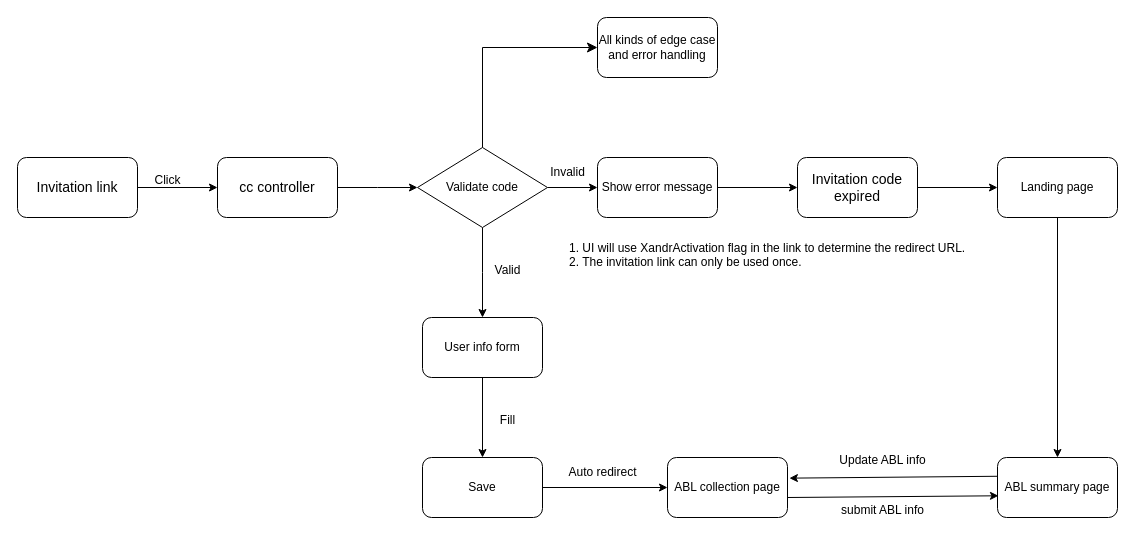
Earlier version of the draw.io diagram page "Xandr ABL UI flow" (9 of 9) of misc.drawio (Seandor/diagrams-storage). Source tidied: cells renumbered, new cells numbered last; positions are measured from the earlier drawing's top-left corner, leaving out a move shared by most shapes. Both pictures are drawn from the tidied source at 100%, with x=0, y=0 at pixel (17, 17).
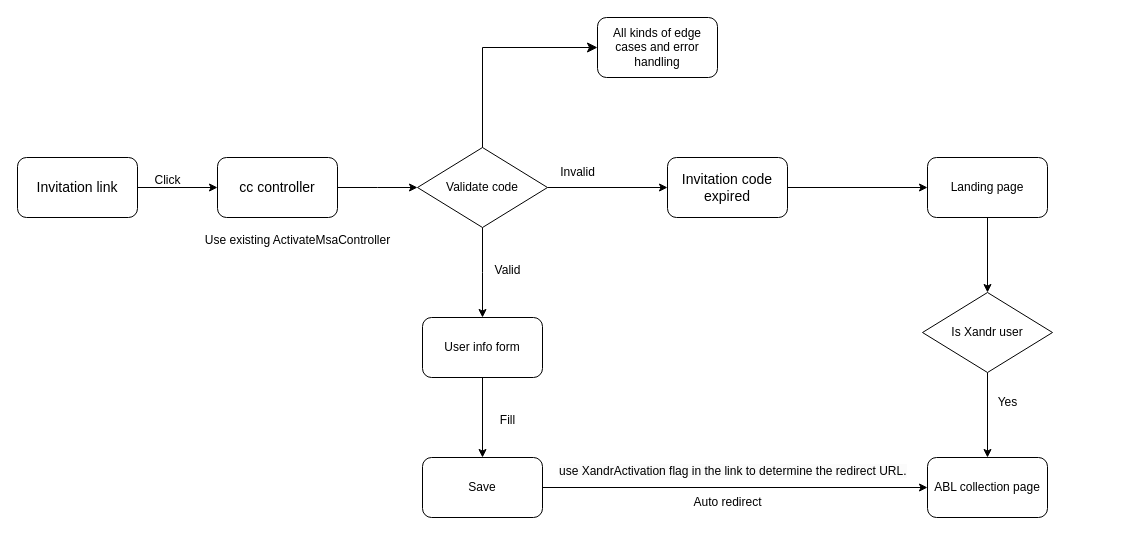
After the change.

The change refers to these unchanged cells:
```xml
<mxCell id="9" value="Validate code" style="rhombus;whiteSpace=wrap;html=1;" parent="1" vertex="1">
  <mxGeometry x="400" y="130" width="130" height="80" as="geometry" />
</mxCell>
```

Diff of the diagram source:
```diff
@@
-    <mxCell id="8" style="edgeStyle=orthogonalEdgeStyle;rounded=0;jettySize=auto;html=1;" parent="1" edge="1" source="9" target="13">
+    <mxCell id="8" style="edgeStyle=orthogonalEdgeStyle;rounded=0;jettySize=auto;html=1;entryX=0;entryY=0.5;entryDx=0;entryDy=0;" parent="1" edge="1" source="9" target="21">
       <mxGeometry relative="1" as="geometry" />
     </mxCell>
@@
-    <mxCell id="12" style="edgeStyle=orthogonalEdgeStyle;rounded=0;jettySize=auto;html=1;" parent="1" edge="1" source="13" target="21">
-      <mxGeometry relative="1" as="geometry" />
-    </mxCell>
-    <mxCell id="13" value="Show error message" style="rounded=1;whiteSpace=wrap;html=1;" parent="1" vertex="1">
-      <mxGeometry x="580" y="140" width="120" height="60" as="geometry" />
-    </mxCell>
     <mxCell id="14" value="Invalid" style="text;html=1;align=center;verticalAlign=middle;strokeColor=none;fillColor=none;" parent="1" vertex="1">
-      <mxGeometry x="520" y="140" width="60" height="30" as="geometry" />
+      <mxGeometry x="530" y="140" width="60" height="30" as="geometry" />
     </mxCell>
@@
     <mxCell id="19" value="ABL collection page" style="whiteSpace=wrap;html=1;rounded=1;" parent="1" vertex="1">
-      <mxGeometry x="650" y="440" width="120" height="60" as="geometry" />
+      <mxGeometry x="910" y="440" width="120" height="60" as="geometry" />
     </mxCell>
@@
     <mxCell id="21" value="&lt;font style=&quot;font-size: 14px;&quot;&gt;Invitation code expired&lt;/font&gt;" style="rounded=1;whiteSpace=wrap;html=1;" parent="1" vertex="1">
-      <mxGeometry x="780" y="140" width="120" height="60" as="geometry" />
+      <mxGeometry x="650" y="140" width="120" height="60" as="geometry" />
     </mxCell>
-    <mxCell id="22" style="edgeStyle=orthogonalEdgeStyle;rounded=0;jettySize=auto;html=1;entryX=0.5;entryY=0;entryDx=0;entryDy=0;" parent="1" edge="1" source="23" target="24">
-      <mxGeometry relative="1" as="geometry" />
-    </mxCell>
+    <mxCell id="33" style="edgeStyle=orthogonalEdgeStyle;rounded=0;jettySize=auto;html=1;" parent="1" edge="1" source="23" target="35">
+      <mxGeometry relative="1" as="geometry" />
+    </mxCell>
     <mxCell id="23" value="Landing page" style="whiteSpace=wrap;html=1;rounded=1;" parent="1" vertex="1">
-      <mxGeometry x="980" y="140" width="120" height="60" as="geometry" />
+      <mxGeometry x="910" y="140" width="120" height="60" as="geometry" />
     </mxCell>
-    <mxCell id="24" value="ABL summary page" style="whiteSpace=wrap;html=1;rounded=1;" parent="1" vertex="1">
-      <mxGeometry x="980" y="440" width="120" height="60" as="geometry" />
-    </mxCell>
-    <mxCell id="25" style="endArrow=classic;html=1;rounded=0;entryX=0.008;entryY=0.638;entryDx=0;entryDy=0;entryPerimeter=0;" parent="1" edge="1" target="24">
-      <mxGeometry relative="1" as="geometry">
-        <mxPoint x="770" y="480" as="sourcePoint" />
-      </mxGeometry>
-    </mxCell>
-    <mxCell id="26" value="submit ABL info" style="text;html=1;align=center;verticalAlign=middle;strokeColor=none;fillColor=none;" parent="1" vertex="1">
-      <mxGeometry x="810" y="478" width="110" height="30" as="geometry" />
-    </mxCell>
-    <mxCell id="27" style="endArrow=classic;html=1;rounded=0;exitX=0;exitY=0.313;exitDx=0;exitDy=0;exitPerimeter=0;entryX=1.016;entryY=0.344;entryDx=0;entryDy=0;entryPerimeter=0;" parent="1" edge="1" source="24" target="19">
-      <mxGeometry relative="1" as="geometry" />
-    </mxCell>
-    <mxCell id="28" value="Update ABL info" style="text;html=1;align=center;verticalAlign=middle;strokeColor=none;fillColor=none;" parent="1" vertex="1">
-      <mxGeometry x="810" y="428" width="110" height="30" as="geometry" />
-    </mxCell>
     <mxCell id="29" value="Auto redirect" style="text;html=1;align=center;verticalAlign=middle;strokeColor=none;fillColor=none;" parent="1" vertex="1">
-      <mxGeometry x="540" y="440" width="90" height="30" as="geometry" />
+      <mxGeometry x="665" y="470" width="90" height="30" as="geometry" />
     </mxCell>
-    <mxCell id="30" value="1. UI will use XandrActivation flag in the link&amp;nbsp;to determine the redirect URL.&lt;br&gt;2. The invitation link can only be used once.&lt;div&gt;&lt;br&gt;&lt;/div&gt;" style="text;html=1;align=left;verticalAlign=middle;strokeColor=none;fillColor=none;" parent="1" vertex="1">
-      <mxGeometry x="550" y="215" width="420" height="60" as="geometry" />
-    </mxCell>
-    <mxCell id="31" value="All kinds of edge case and error handling" style="rounded=1;whiteSpace=wrap;html=1;" parent="1" vertex="1">
+    <mxCell id="31" value="All kinds of edge cases and error handling" style="rounded=1;whiteSpace=wrap;html=1;" parent="1" vertex="1">
       <mxGeometry x="580" width="120" height="60" as="geometry" />
     </mxCell>
@@
+    <mxCell id="34" style="edgeStyle=orthogonalEdgeStyle;rounded=0;jettySize=auto;html=1;" parent="1" edge="1" source="35">
+      <mxGeometry relative="1" as="geometry">
+        <mxPoint x="970" y="440" as="targetPoint" />
+      </mxGeometry>
+    </mxCell>
+    <mxCell id="35" value="Is Xandr user" style="rhombus;whiteSpace=wrap;html=1;" parent="1" vertex="1">
+      <mxGeometry x="905" y="275" width="130" height="80" as="geometry" />
+    </mxCell>
+    <mxCell id="36" value="Yes" style="text;html=1;align=center;verticalAlign=middle;strokeColor=none;fillColor=none;" parent="1" vertex="1">
+      <mxGeometry x="970" y="370" width="40" height="30" as="geometry" />
+    </mxCell>
+    <mxCell id="37" value="&lt;span style=&quot;color: rgb(0, 0, 0); font-family: Helvetica; font-size: 12px; font-style: normal; font-variant-ligatures: normal; font-variant-caps: normal; font-weight: 400; letter-spacing: normal; orphans: 2; text-align: left; text-indent: 0px; text-transform: none; widows: 2; word-spacing: 0px; -webkit-text-stroke-width: 0px; white-space: nowrap; background-color: rgb(251, 251, 251); text-decoration-thickness: initial; text-decoration-style: initial; text-decoration-color: initial; display: inline !important; float: none;&quot;&gt;use XandrActivation flag in the link&amp;nbsp;to determine the redirect URL.&lt;/span&gt;" style="text;whiteSpace=wrap;html=1;" parent="1" vertex="1">
+      <mxGeometry x="540" y="440" width="420" height="40" as="geometry" />
+    </mxCell>
+    <mxCell id="38" value="Use existing ActivateMsaController" style="text;html=1;align=center;verticalAlign=middle;strokeColor=none;fillColor=none;" parent="1" vertex="1">
+      <mxGeometry x="175" y="208" width="210" height="30" as="geometry" />
+    </mxCell>
```
